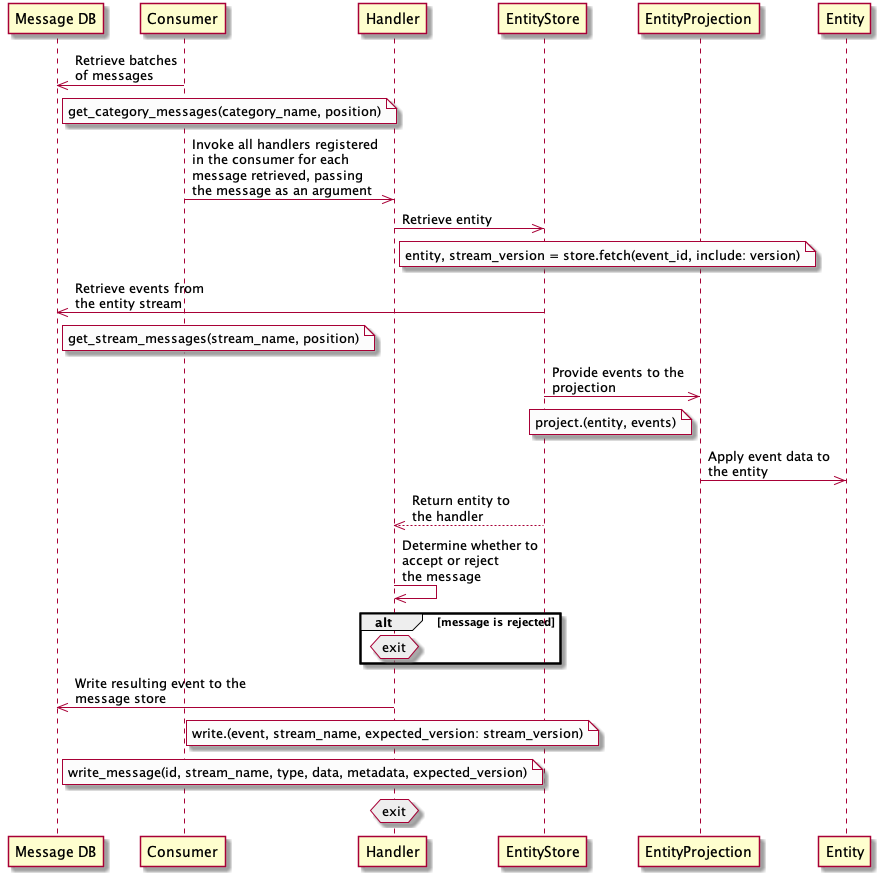
This is images/handler-workflow.png from eventide-project/docs, a PlantUML export, as it was before one commit.
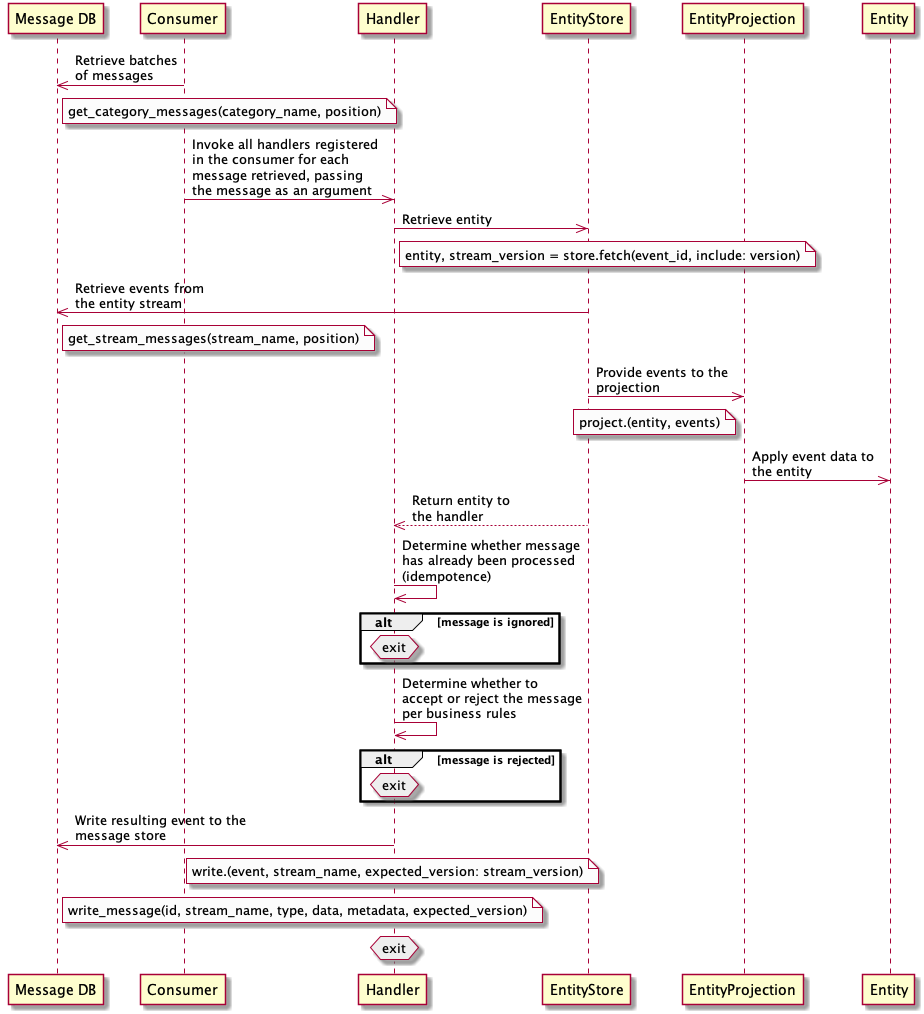
The same file after the commit.

Commit message:
Handler workflow diagram is updated

Change to the diagram source:
```diff
@@ -25,7 +25,13 @@
 
 H <<-- S : Return entity to\nthe handler
 
-H ->> H : Determine whether to\naccept or reject\nthe message
+H ->> H : Determine whether message\nhas already been processed\n(idempotence)
+
+alt message is ignored
+  hnote over H #eeeeee: exit
+end
+
+H ->> H : Determine whether to\naccept or reject the message\nper business rules
 
 alt message is rejected
   hnote over H #eeeeee: exit
```
